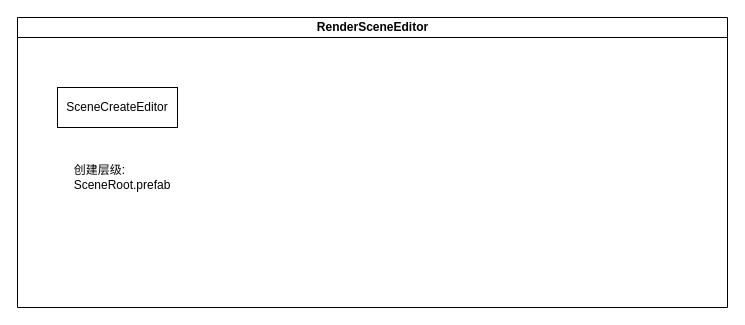
This is Untitled Diagram.drawio from Dixmanion/SNOWTH, a draw.io file, before an edit. Source tidied: cells renumbered, new cells numbered last; positions are measured from the earlier drawing's top-left corner, leaving out a move shared by most shapes. Both pictures are drawn from the tidied source at 100%, with x=0, y=0 at pixel (17, 17).
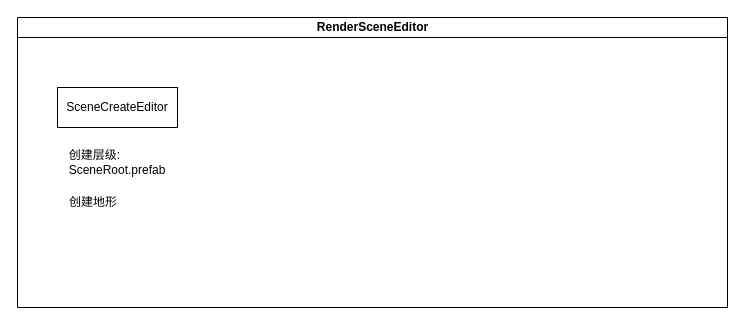
After the change.

The edit, as a diff of the source:
```diff
@@
 <mxGraphModel>
   <root>
     <mxCell id="0" />
     <mxCell id="1" parent="0" />
     <mxCell id="2" value="RenderSceneEditor" style="swimlane;html=1;startSize=20;horizontal=1;containerType=tree;glass=0;" parent="1" vertex="1">
       <mxGeometry width="710" height="290" as="geometry" />
     </mxCell>
     <mxCell id="3" value="SceneCreateEditor" style="rounded=0;whiteSpace=wrap;html=1;" parent="2" vertex="1">
       <mxGeometry x="40" y="70" width="120" height="40" as="geometry" />
     </mxCell>
     <mxCell id="4" value="&lt;div style=&quot;text-align: left&quot;&gt;&lt;span&gt;创建层级:&amp;nbsp;&lt;/span&gt;&lt;/div&gt;SceneRoot.prefab" style="text;html=1;strokeColor=none;fillColor=none;align=center;verticalAlign=middle;whiteSpace=wrap;rounded=0;" parent="2" vertex="1">
-      <mxGeometry x="50" y="130" width="110" height="60" as="geometry" />
+      <mxGeometry x="45" y="120" width="110" height="50" as="geometry" />
     </mxCell>
+    <mxCell id="5" value="&lt;div&gt;&lt;span&gt;创建地形&amp;nbsp;&lt;/span&gt;&lt;/div&gt;" style="text;html=1;strokeColor=none;fillColor=none;align=left;verticalAlign=middle;whiteSpace=wrap;rounded=0;" parent="2" vertex="1">
+      <mxGeometry x="50" y="170" width="110" height="30" as="geometry" />
+    </mxCell>
   </root>
 </mxGraphModel>
```
